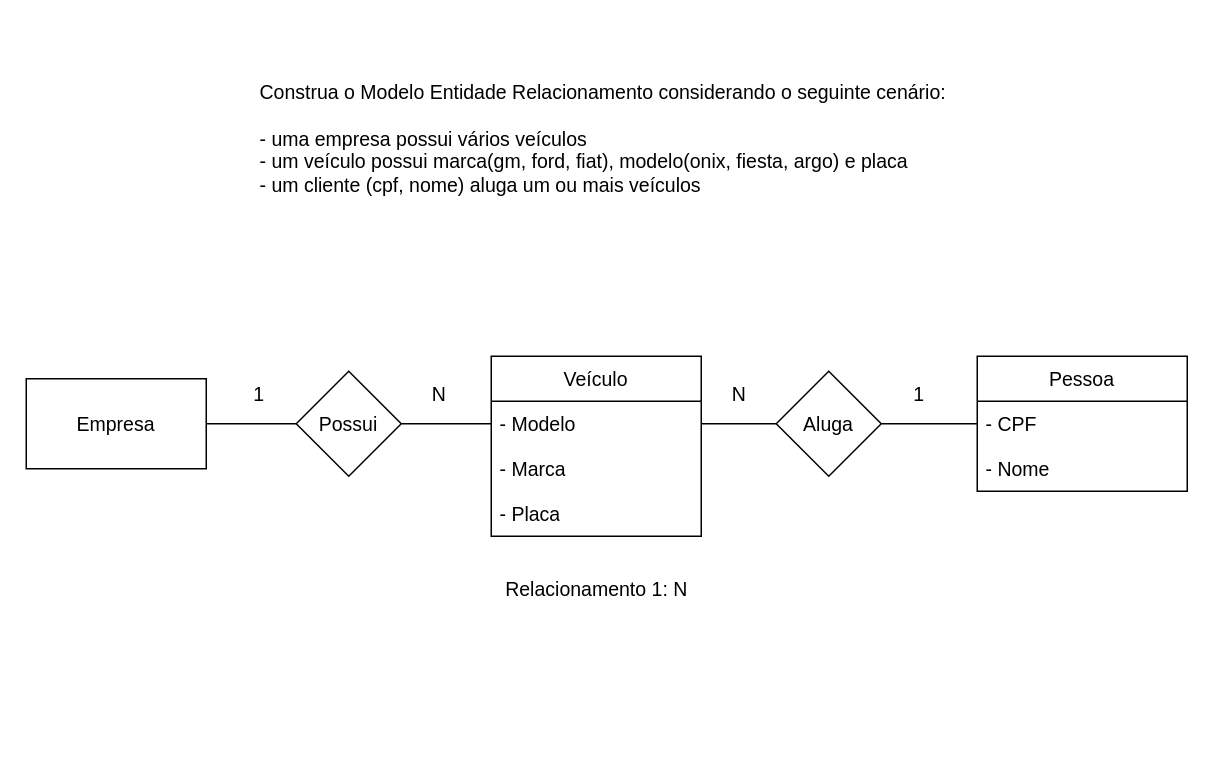
MarceloAC04/Banco-de-dados keeps this draw.io diagram as Exercios-MER/1.2-Locadora/1.2-exercicio-locadora.drawio. Above is the earlier version. Source tidied: cells renumbered, new cells numbered last; positions are measured from the earlier drawing's top-left corner, leaving out a move shared by most shapes. Both pictures are drawn from the tidied source at 150%, with x=0, y=0 at pixel (26, 70).
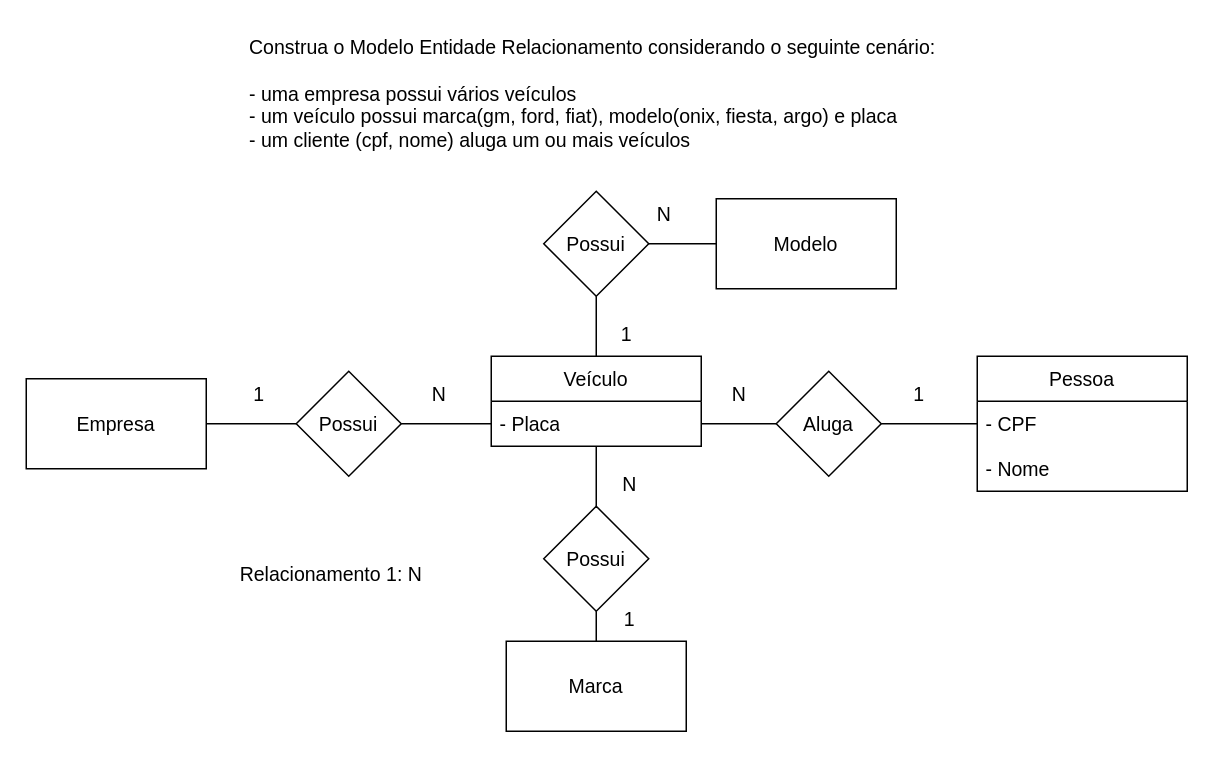
The same page after the edit.

Unchanged cells that the change refers to:
```xml
<mxCell id="13" value="&lt;font style=&quot;font-size: 13px;&quot;&gt;Possui&lt;/font&gt;" style="rhombus;whiteSpace=wrap;html=1;" parent="1" vertex="1">
  <mxGeometry x="180" y="200" width="70" height="70" as="geometry" />
</mxCell>
<mxCell id="16" value="&lt;span style=&quot;font-size: 13px;&quot;&gt;Aluga&lt;/span&gt;" style="rhombus;whiteSpace=wrap;html=1;" parent="1" vertex="1">
  <mxGeometry x="500" y="200" width="70" height="70" as="geometry" />
</mxCell>
```

What changed in the source:
```diff
@@
     <mxCell id="2" value="&lt;div style=&quot;font-size: 13px;&quot;&gt;&lt;font style=&quot;font-size: 13px;&quot;&gt;Construa o Modelo Entidade Relacionamento considerando o seguinte cenário:&lt;/font&gt;&lt;/div&gt;&lt;div style=&quot;font-size: 13px;&quot;&gt;&lt;font style=&quot;font-size: 13px;&quot;&gt;&lt;br&gt;&lt;/font&gt;&lt;/div&gt;&lt;div style=&quot;font-size: 13px;&quot;&gt;&lt;font style=&quot;font-size: 13px;&quot;&gt;- uma empresa possui vários veículos&lt;/font&gt;&lt;/div&gt;&lt;div style=&quot;font-size: 13px;&quot;&gt;&lt;font style=&quot;font-size: 13px;&quot;&gt;- um veículo possui marca(gm, ford, fiat), modelo(onix, fiesta, argo) e placa&lt;/font&gt;&lt;/div&gt;&lt;div style=&quot;font-size: 13px;&quot;&gt;&lt;font style=&quot;font-size: 13px;&quot;&gt;- um cliente (cpf, nome) aluga um ou mais veículos&lt;/font&gt;&lt;/div&gt;" style="text;html=1;align=left;verticalAlign=middle;strokeColor=none;fillColor=none;" parent="1" vertex="1">
-      <mxGeometry x="154" width="480" height="90" as="geometry" />
+      <mxGeometry x="147" y="-30" width="480" height="90" as="geometry" />
     </mxCell>
     <mxCell id="3" value="&lt;span style=&quot;font-size: 13px;&quot;&gt;Veículo&lt;/span&gt;" style="swimlane;fontStyle=0;horizontal=1;startSize=30;whiteSpace=wrap;html=1;" parent="1" vertex="1">
-      <mxGeometry x="310" y="190" width="140" height="120" as="geometry" />
+      <mxGeometry x="310" y="190" width="140" height="60" as="geometry" />
     </mxCell>
-    <mxCell id="4" value="&lt;font style=&quot;font-size: 13px;&quot;&gt;- Modelo&lt;/font&gt;" style="text;strokeColor=none;fillColor=none;align=left;verticalAlign=middle;spacingLeft=4;spacingRight=4;overflow=hidden;points=[[0,0.5],[1,0.5]];portConstraint=eastwest;whiteSpace=wrap;html=1;" parent="3" vertex="1">
-      <mxGeometry y="30" width="140" height="30" as="geometry" />
-    </mxCell>
-    <mxCell id="5" value="&lt;font style=&quot;font-size: 13px;&quot;&gt;- Marca&lt;/font&gt;" style="text;strokeColor=none;fillColor=none;align=left;verticalAlign=middle;spacingLeft=4;spacingRight=4;overflow=hidden;whiteSpace=wrap;html=1;" parent="3" vertex="1">
-      <mxGeometry y="60" width="140" height="30" as="geometry" />
-    </mxCell>
     <mxCell id="6" value="&lt;font style=&quot;font-size: 13px;&quot;&gt;- Placa&lt;/font&gt;" style="text;strokeColor=none;fillColor=none;align=left;verticalAlign=middle;spacingLeft=4;spacingRight=4;overflow=hidden;whiteSpace=wrap;html=1;" parent="3" vertex="1">
-      <mxGeometry y="90" width="140" height="30" as="geometry" />
+      <mxGeometry y="30" width="140" height="30" as="geometry" />
     </mxCell>
@@
-    <mxCell id="12" style="edgeStyle=orthogonalEdgeStyle;rounded=0;jettySize=auto;html=1;entryX=0;entryY=0.5;entryDx=0;entryDy=0;endArrow=none;endFill=0;" parent="1" edge="1" source="13" target="4">
-      <mxGeometry relative="1" as="geometry" />
+    <mxCell id="12" style="edgeStyle=orthogonalEdgeStyle;rounded=0;jettySize=auto;html=1;entryX=0;entryY=0.5;entryDx=0;entryDy=0;endArrow=none;endFill=0;" parent="1" edge="1" source="13">
+      <mxGeometry relative="1" as="geometry">
+        <mxPoint x="310" y="235" as="targetPoint" />
+      </mxGeometry>
     </mxCell>
@@
-    <mxCell id="14" style="edgeStyle=orthogonalEdgeStyle;rounded=0;jettySize=auto;html=1;entryX=1;entryY=0.5;entryDx=0;entryDy=0;endArrow=none;endFill=0;" parent="1" edge="1" source="16" target="4">
-      <mxGeometry relative="1" as="geometry" />
+    <mxCell id="14" style="edgeStyle=orthogonalEdgeStyle;rounded=0;jettySize=auto;html=1;entryX=1;entryY=0.5;entryDx=0;entryDy=0;endArrow=none;endFill=0;" parent="1" edge="1" source="16">
+      <mxGeometry relative="1" as="geometry">
+        <mxPoint x="450" y="235" as="targetPoint" />
+      </mxGeometry>
     </mxCell>
@@
     <mxCell id="21" value="&lt;font style=&quot;font-size: 13px;&quot;&gt;Relacionamento 1: N&lt;/font&gt;" style="text;html=1;align=center;verticalAlign=middle;strokeColor=none;fillColor=none;" parent="1" vertex="1">
-      <mxGeometry x="310" y="330" width="140" height="30" as="geometry" />
+      <mxGeometry x="133" y="320" width="140" height="30" as="geometry" />
     </mxCell>
+    <mxCell id="22" value="&lt;span style=&quot;font-size: 13px;&quot;&gt;Modelo&lt;/span&gt;" style="rounded=0;whiteSpace=wrap;html=1;" parent="1" vertex="1">
+      <mxGeometry x="460" y="85" width="120" height="60" as="geometry" />
+    </mxCell>
+    <mxCell id="23" value="&lt;span style=&quot;font-size: 13px;&quot;&gt;Marca&lt;/span&gt;" style="rounded=0;whiteSpace=wrap;html=1;" parent="1" vertex="1">
+      <mxGeometry x="320" y="380" width="120" height="60" as="geometry" />
+    </mxCell>
+    <mxCell id="24" style="edgeStyle=orthogonalEdgeStyle;rounded=0;jettySize=auto;html=1;entryX=0;entryY=0.5;entryDx=0;entryDy=0;endArrow=none;endFill=0;" parent="1" edge="1" source="26" target="22">
+      <mxGeometry relative="1" as="geometry" />
+    </mxCell>
+    <mxCell id="25" style="edgeStyle=orthogonalEdgeStyle;rounded=0;jettySize=auto;html=1;entryX=0.5;entryY=0;entryDx=0;entryDy=0;endArrow=none;endFill=0;" parent="1" edge="1" source="26" target="3">
+      <mxGeometry relative="1" as="geometry" />
+    </mxCell>
+    <mxCell id="26" value="&lt;font style=&quot;font-size: 13px;&quot;&gt;Possui&lt;/font&gt;" style="rhombus;whiteSpace=wrap;html=1;" parent="1" vertex="1">
+      <mxGeometry x="345" y="80" width="70" height="70" as="geometry" />
+    </mxCell>
+    <mxCell id="27" style="edgeStyle=orthogonalEdgeStyle;rounded=0;jettySize=auto;html=1;endArrow=none;endFill=0;" parent="1" edge="1" source="29" target="3">
+      <mxGeometry relative="1" as="geometry" />
+    </mxCell>
+    <mxCell id="28" style="edgeStyle=orthogonalEdgeStyle;rounded=0;jettySize=auto;html=1;entryX=0.5;entryY=0;entryDx=0;entryDy=0;endArrow=none;endFill=0;" parent="1" edge="1" source="29" target="23">
+      <mxGeometry relative="1" as="geometry" />
+    </mxCell>
+    <mxCell id="29" value="&lt;span style=&quot;font-size: 13px;&quot;&gt;Possui&lt;/span&gt;" style="rhombus;whiteSpace=wrap;html=1;" parent="1" vertex="1">
+      <mxGeometry x="345" y="290" width="70" height="70" as="geometry" />
+    </mxCell>
+    <mxCell id="30" value="&lt;span style=&quot;font-size: 13px;&quot;&gt;N&lt;/span&gt;" style="text;html=1;align=center;verticalAlign=middle;strokeColor=none;fillColor=none;" parent="1" vertex="1">
+      <mxGeometry x="410" y="80" width="30" height="30" as="geometry" />
+    </mxCell>
+    <mxCell id="31" value="&lt;font style=&quot;font-size: 13px;&quot;&gt;1&lt;/font&gt;" style="text;html=1;align=center;verticalAlign=middle;strokeColor=none;fillColor=none;" parent="1" vertex="1">
+      <mxGeometry x="385" y="160" width="30" height="30" as="geometry" />
+    </mxCell>
+    <mxCell id="32" value="&lt;span style=&quot;font-size: 13px;&quot;&gt;N&lt;/span&gt;" style="text;html=1;align=center;verticalAlign=middle;strokeColor=none;fillColor=none;" parent="1" vertex="1">
+      <mxGeometry x="387" y="260" width="30" height="30" as="geometry" />
+    </mxCell>
+    <mxCell id="33" value="&lt;font style=&quot;font-size: 13px;&quot;&gt;1&lt;/font&gt;" style="text;html=1;align=center;verticalAlign=middle;strokeColor=none;fillColor=none;" parent="1" vertex="1">
+      <mxGeometry x="387" y="350" width="30" height="30" as="geometry" />
+    </mxCell>
```
